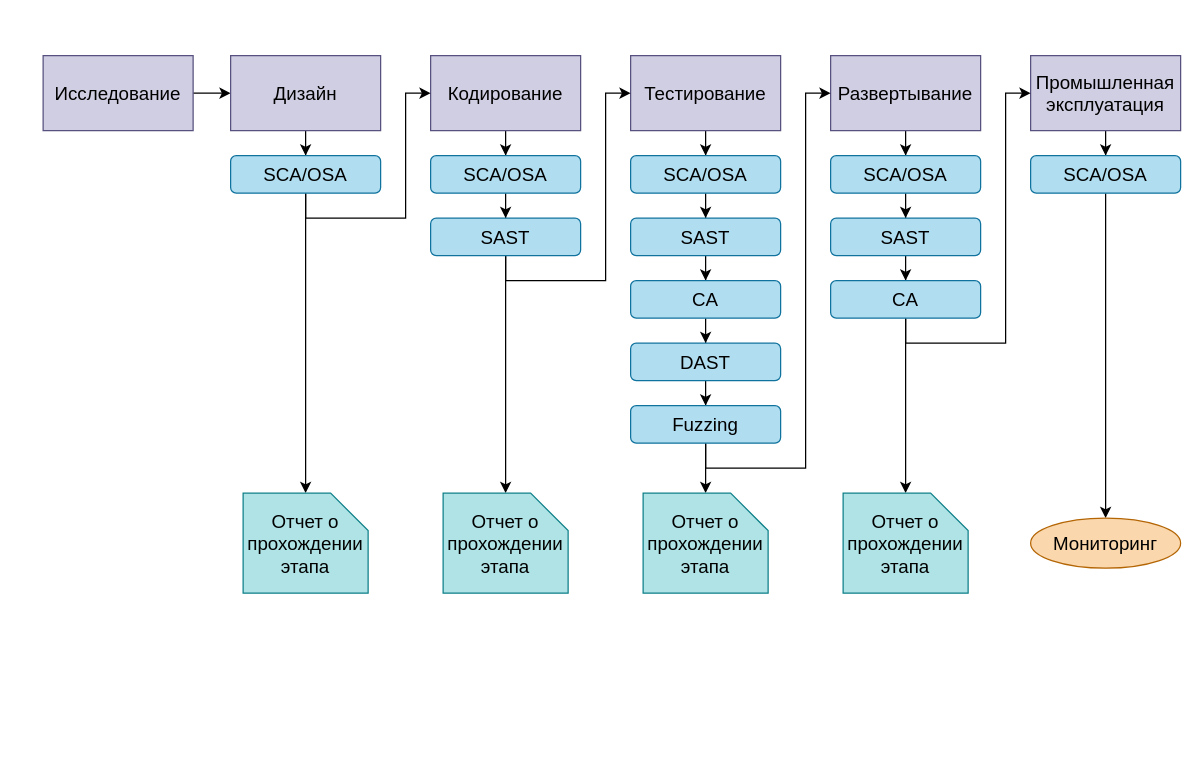
GoluzinaD/Python keeps this draw.io diagram as page "Этапы" (5 of 5) of Untitled Diagram2.drawio. Above is the earlier version. Source tidied: cells renumbered, new cells numbered last; positions are measured from the earlier drawing's top-left corner, leaving out a move shared by most shapes. Both pictures are drawn from the tidied source at 125%, with x=0, y=0 at pixel (42, 55).
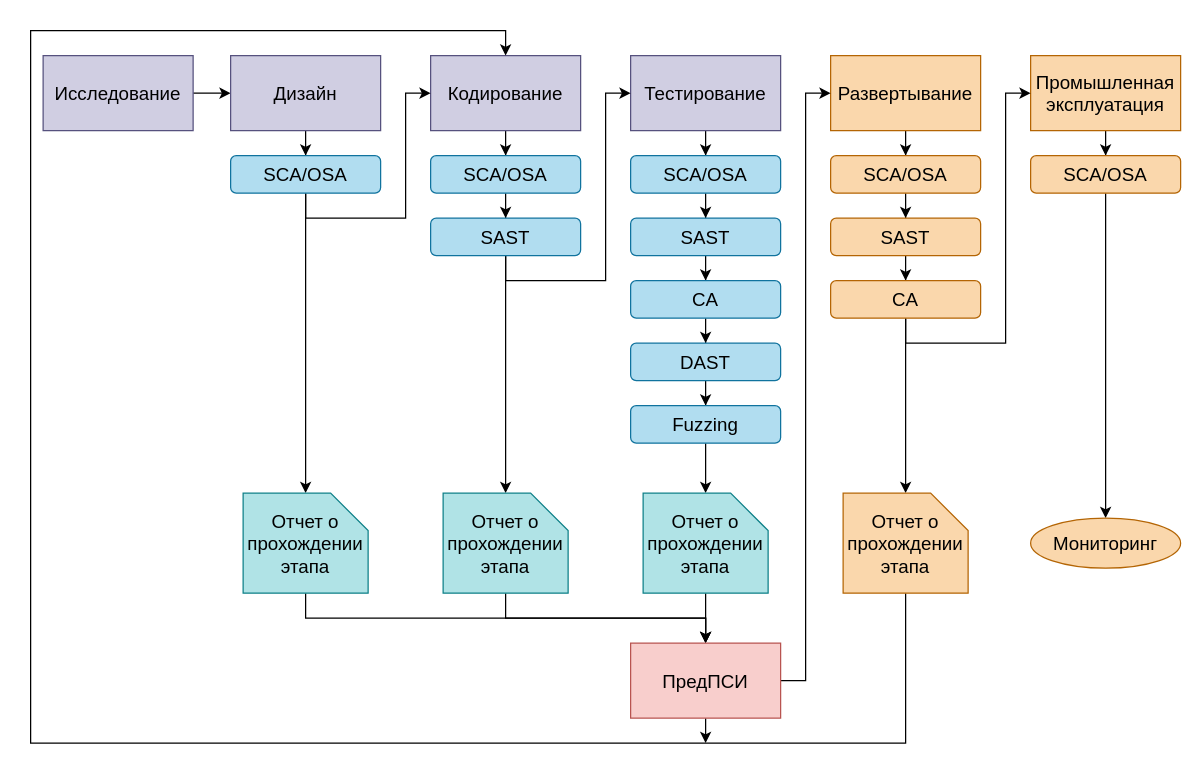
The same diagram, later.

The change refers to these unchanged cells:
```xml
<mxCell id="7" value="Кодирование" style="rounded=0;whiteSpace=wrap;html=1;fontSize=15;fillColor=#d0cee2;strokeColor=#56517e;" parent="1" vertex="1">
  <mxGeometry x="310" width="120" height="60" as="geometry" />
</mxCell>
<mxCell id="38" value="Fuzzing" style="rounded=1;whiteSpace=wrap;html=1;fontSize=15;fillColor=#b1ddf0;strokeColor=#10739e;" parent="1" vertex="1">
  <mxGeometry x="470" y="280" width="120" height="30" as="geometry" />
</mxCell>
<mxCell id="42" value="Отчет о прохождении этапа" style="shape=card;whiteSpace=wrap;html=1;direction=south;fontSize=15;fillColor=#b0e3e6;strokeColor=#0e8088;" parent="1" vertex="1">
  <mxGeometry x="160" y="350" width="100" height="80" as="geometry" />
</mxCell>
<mxCell id="43" value="Отчет о прохождении этапа" style="shape=card;whiteSpace=wrap;html=1;direction=south;fontSize=15;fillColor=#b0e3e6;strokeColor=#0e8088;" parent="1" vertex="1">
  <mxGeometry x="320" y="350" width="100" height="80" as="geometry" />
</mxCell>
<mxCell id="44" value="Отчет о прохождении этапа" style="shape=card;whiteSpace=wrap;html=1;direction=south;fontSize=15;fillColor=#b0e3e6;strokeColor=#0e8088;" parent="1" vertex="1">
  <mxGeometry x="480" y="350" width="100" height="80" as="geometry" />
</mxCell>
<mxCell id="46" value="Мониторинг" style="ellipse;whiteSpace=wrap;html=1;fontSize=15;fillColor=#fad7ac;strokeColor=#b46504;" parent="1" vertex="1">
  <mxGeometry x="790" y="370" width="120" height="40" as="geometry" />
</mxCell>
```

The edit, as a diff of the source:
```diff
@@
-    <mxCell id="10" style="edgeStyle=orthogonalEdgeStyle;rounded=0;jettySize=auto;html=1;entryX=0.5;entryY=0;entryDx=0;entryDy=0;fontSize=15;" parent="1" edge="1" source="11" target="15">
+    <mxCell id="10" style="edgeStyle=orthogonalEdgeStyle;rounded=0;jettySize=auto;html=1;entryX=0.5;entryY=0;entryDx=0;entryDy=0;fontSize=15;fillColor=#fad7ac;strokeColor=#000000;" parent="1" edge="1" source="11" target="15">
       <mxGeometry relative="1" as="geometry" />
     </mxCell>
-    <mxCell id="11" value="Развертывание" style="rounded=0;whiteSpace=wrap;html=1;fontSize=15;fillColor=#d0cee2;strokeColor=#56517e;" parent="1" vertex="1">
+    <mxCell id="11" value="Развертывание" style="rounded=0;whiteSpace=wrap;html=1;fontSize=15;fillColor=#fad7ac;strokeColor=#b46504;" parent="1" vertex="1">
       <mxGeometry x="630" width="120" height="60" as="geometry" />
     </mxCell>
-    <mxCell id="12" style="edgeStyle=orthogonalEdgeStyle;rounded=0;jettySize=auto;html=1;entryX=0.5;entryY=0;entryDx=0;entryDy=0;fontSize=15;" parent="1" edge="1" source="13" target="31">
+    <mxCell id="12" style="edgeStyle=orthogonalEdgeStyle;rounded=0;jettySize=auto;html=1;entryX=0.5;entryY=0;entryDx=0;entryDy=0;fontSize=15;fillColor=#fad7ac;strokeColor=#000000;" parent="1" edge="1" source="13" target="31">
       <mxGeometry relative="1" as="geometry" />
     </mxCell>
-    <mxCell id="13" value="Промышленная эксплуатация" style="rounded=0;whiteSpace=wrap;html=1;fontSize=15;fillColor=#d0cee2;strokeColor=#56517e;" parent="1" vertex="1">
+    <mxCell id="13" value="Промышленная эксплуатация" style="rounded=0;whiteSpace=wrap;html=1;fontSize=15;fillColor=#fad7ac;strokeColor=#b46504;" parent="1" vertex="1">
       <mxGeometry x="790" width="120" height="60" as="geometry" />
     </mxCell>
-    <mxCell id="14" style="edgeStyle=orthogonalEdgeStyle;rounded=0;jettySize=auto;html=1;entryX=0.5;entryY=0;entryDx=0;entryDy=0;fontSize=15;fillColor=#b1ddf0;strokeColor=#000000;" parent="1" edge="1" source="15" target="29">
+    <mxCell id="14" style="edgeStyle=orthogonalEdgeStyle;rounded=0;jettySize=auto;html=1;entryX=0.5;entryY=0;entryDx=0;entryDy=0;fontSize=15;fillColor=#fad7ac;strokeColor=#000000;" parent="1" edge="1" source="15" target="29">
       <mxGeometry relative="1" as="geometry" />
     </mxCell>
-    <mxCell id="15" value="SCA/OSA" style="rounded=1;whiteSpace=wrap;html=1;fontSize=15;fillColor=#b1ddf0;strokeColor=#10739e;" parent="1" vertex="1">
+    <mxCell id="15" value="SCA/OSA" style="rounded=1;whiteSpace=wrap;html=1;fontSize=15;fillColor=#fad7ac;strokeColor=#b46504;" parent="1" vertex="1">
       <mxGeometry x="630" y="80" width="120" height="30" as="geometry" />
     </mxCell>
@@
-    <mxCell id="28" style="edgeStyle=orthogonalEdgeStyle;rounded=0;jettySize=auto;html=1;entryX=0.5;entryY=0;entryDx=0;entryDy=0;fontSize=15;fillColor=#b1ddf0;strokeColor=#000000;" parent="1" edge="1" source="29" target="41">
+    <mxCell id="28" style="edgeStyle=orthogonalEdgeStyle;rounded=0;jettySize=auto;html=1;entryX=0.5;entryY=0;entryDx=0;entryDy=0;fontSize=15;fillColor=#fad7ac;strokeColor=#000000;" parent="1" edge="1" source="29" target="41">
       <mxGeometry relative="1" as="geometry" />
     </mxCell>
-    <mxCell id="29" value="SAST" style="rounded=1;whiteSpace=wrap;html=1;fontSize=15;fillColor=#b1ddf0;strokeColor=#10739e;" parent="1" vertex="1">
+    <mxCell id="29" value="SAST" style="rounded=1;whiteSpace=wrap;html=1;fontSize=15;fillColor=#fad7ac;strokeColor=#b46504;" parent="1" vertex="1">
       <mxGeometry x="630" y="130" width="120" height="30" as="geometry" />
     </mxCell>
-    <mxCell id="30" style="edgeStyle=orthogonalEdgeStyle;rounded=0;jettySize=auto;html=1;fontSize=15;" parent="1" edge="1" source="31" target="46">
+    <mxCell id="30" style="edgeStyle=orthogonalEdgeStyle;rounded=0;jettySize=auto;html=1;fontSize=15;fillColor=#fad7ac;strokeColor=#000000;" parent="1" edge="1" source="31" target="46">
       <mxGeometry relative="1" as="geometry" />
     </mxCell>
-    <mxCell id="31" value="SCA/OSA" style="rounded=1;whiteSpace=wrap;html=1;fontSize=15;fillColor=#b1ddf0;strokeColor=#10739e;" parent="1" vertex="1">
+    <mxCell id="31" value="SCA/OSA" style="rounded=1;whiteSpace=wrap;html=1;fontSize=15;fillColor=#fad7ac;strokeColor=#b46504;" parent="1" vertex="1">
       <mxGeometry x="790" y="80" width="120" height="30" as="geometry" />
     </mxCell>
@@
-    <mxCell id="36" style="edgeStyle=orthogonalEdgeStyle;rounded=0;jettySize=auto;html=1;entryX=0;entryY=0.5;entryDx=0;entryDy=0;fontSize=15;" parent="1" edge="1" source="38" target="11">
-      <mxGeometry relative="1" as="geometry">
-        <Array as="points">
-          <mxPoint x="530" y="330" />
-          <mxPoint x="610" y="330" />
-          <mxPoint x="610" y="30" />
-        </Array>
-      </mxGeometry>
-    </mxCell>
@@
-    <mxCell id="39" style="edgeStyle=orthogonalEdgeStyle;rounded=0;jettySize=auto;html=1;entryX=0;entryY=0.5;entryDx=0;entryDy=0;fontSize=15;" parent="1" edge="1" source="41" target="13">
+    <mxCell id="39" style="edgeStyle=orthogonalEdgeStyle;rounded=0;jettySize=auto;html=1;entryX=0;entryY=0.5;entryDx=0;entryDy=0;fontSize=15;fillColor=#fad7ac;strokeColor=#000000;" parent="1" edge="1" source="41" target="13">
       <mxGeometry relative="1" as="geometry">
         <Array as="points">
           <mxPoint x="690" y="230" />
           <mxPoint x="770" y="230" />
           <mxPoint x="770" y="30" />
         </Array>
       </mxGeometry>
     </mxCell>
-    <mxCell id="40" style="edgeStyle=orthogonalEdgeStyle;rounded=0;jettySize=auto;html=1;fontSize=15;" parent="1" edge="1" source="41" target="45">
+    <mxCell id="40" style="edgeStyle=orthogonalEdgeStyle;rounded=0;jettySize=auto;html=1;fontSize=15;fillColor=#fad7ac;strokeColor=#000000;" parent="1" edge="1" source="41" target="45">
       <mxGeometry relative="1" as="geometry" />
     </mxCell>
-    <mxCell id="41" value="CA" style="rounded=1;whiteSpace=wrap;html=1;fontSize=15;fillColor=#b1ddf0;strokeColor=#10739e;" parent="1" vertex="1">
+    <mxCell id="41" value="CA" style="rounded=1;whiteSpace=wrap;html=1;fontSize=15;fillColor=#fad7ac;strokeColor=#b46504;" parent="1" vertex="1">
       <mxGeometry x="630" y="180" width="120" height="30" as="geometry" />
     </mxCell>
+    <mxCell id="47" style="edgeStyle=orthogonalEdgeStyle;rounded=0;jettySize=auto;html=1;fontSize=15;strokeColor=#000000;" parent="1" edge="1" source="42" target="53">
+      <mxGeometry relative="1" as="geometry">
+        <Array as="points">
+          <mxPoint x="210" y="450" />
+          <mxPoint x="530" y="450" />
+        </Array>
+      </mxGeometry>
+    </mxCell>
@@
+    <mxCell id="48" style="edgeStyle=orthogonalEdgeStyle;rounded=0;jettySize=auto;html=1;fontSize=15;strokeColor=#000000;" parent="1" edge="1" source="43" target="53">
+      <mxGeometry relative="1" as="geometry">
+        <Array as="points">
+          <mxPoint x="370" y="450" />
+          <mxPoint x="530" y="450" />
+        </Array>
+      </mxGeometry>
+    </mxCell>
@@
+    <mxCell id="49" style="edgeStyle=orthogonalEdgeStyle;rounded=0;jettySize=auto;html=1;fontSize=15;strokeColor=#000000;" parent="1" edge="1" source="44" target="53">
+      <mxGeometry relative="1" as="geometry" />
+    </mxCell>
@@
+    <mxCell id="50" style="edgeStyle=orthogonalEdgeStyle;rounded=0;jettySize=auto;html=1;entryX=0.5;entryY=0;entryDx=0;entryDy=0;fontSize=15;strokeColor=#000000;" parent="1" edge="1" source="45" target="7">
+      <mxGeometry relative="1" as="geometry">
+        <Array as="points">
+          <mxPoint x="690" y="550" />
+          <mxPoint x="-10" y="550" />
+          <mxPoint x="-10" y="-20" />
+          <mxPoint x="370" y="-20" />
+        </Array>
+      </mxGeometry>
+    </mxCell>
-    <mxCell id="45" value="Отчет о прохождении этапа" style="shape=card;whiteSpace=wrap;html=1;direction=south;fontSize=15;fillColor=#b0e3e6;strokeColor=#0e8088;" parent="1" vertex="1">
+    <mxCell id="45" value="Отчет о прохождении этапа" style="shape=card;whiteSpace=wrap;html=1;direction=south;fontSize=15;fillColor=#fad7ac;strokeColor=#b46504;" parent="1" vertex="1">
       <mxGeometry x="640" y="350" width="100" height="80" as="geometry" />
     </mxCell>
@@
+    <mxCell id="51" style="edgeStyle=orthogonalEdgeStyle;rounded=0;jettySize=auto;html=1;entryX=0;entryY=0.5;entryDx=0;entryDy=0;fontSize=15;strokeColor=#000000;" parent="1" edge="1" source="53" target="11">
+      <mxGeometry relative="1" as="geometry" />
+    </mxCell>
+    <mxCell id="52" style="edgeStyle=orthogonalEdgeStyle;rounded=0;jettySize=auto;html=1;fontSize=15;strokeColor=#000000;" parent="1" edge="1" source="53">
+      <mxGeometry relative="1" as="geometry">
+        <mxPoint x="530" y="550" as="targetPoint" />
+        <Array as="points">
+          <mxPoint x="530" y="550" />
+          <mxPoint x="530" y="550" />
+        </Array>
+      </mxGeometry>
+    </mxCell>
+    <mxCell id="53" value="ПредПСИ" style="rounded=0;whiteSpace=wrap;html=1;fontSize=15;fillColor=#f8cecc;strokeColor=#b85450;" parent="1" vertex="1">
+      <mxGeometry x="470" y="470" width="120" height="60" as="geometry" />
+    </mxCell>
```
